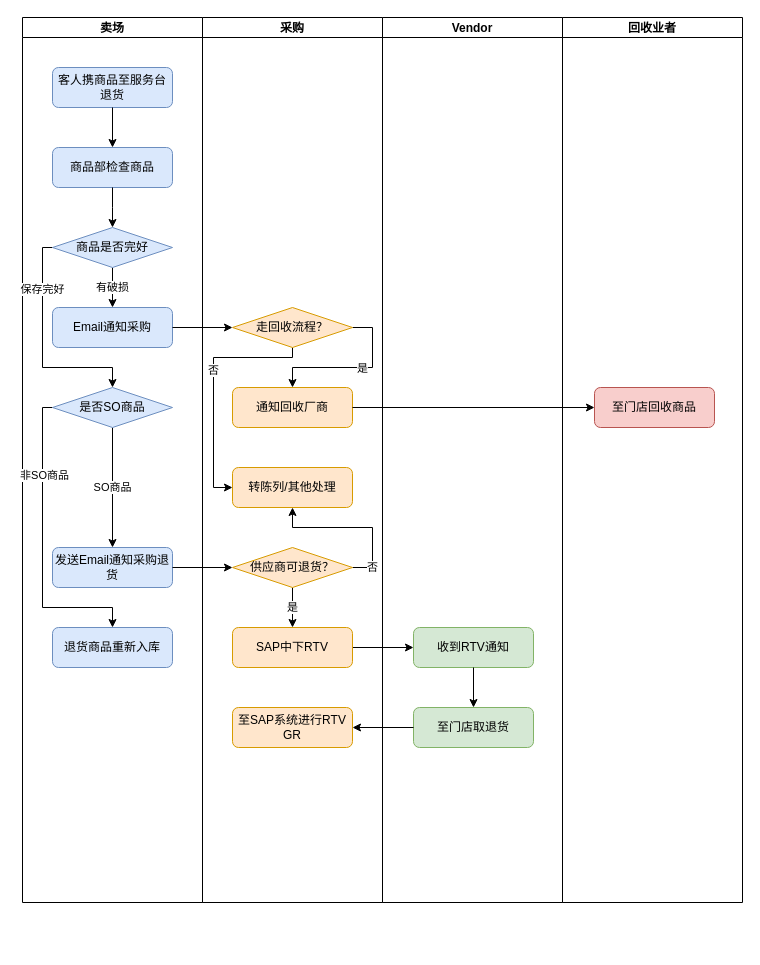
The draw.io diagram page "SO有商品退货业务流程" (5 of 7) of Special Order.drawio in luss613/draw.io, before the edit. Source tidied: cells renumbered, new cells numbered last; positions are measured from the earlier drawing's top-left corner, leaving out a move shared by most shapes. Both pictures are drawn from the tidied source at 100%, with x=0, y=0 at pixel (22, 17).
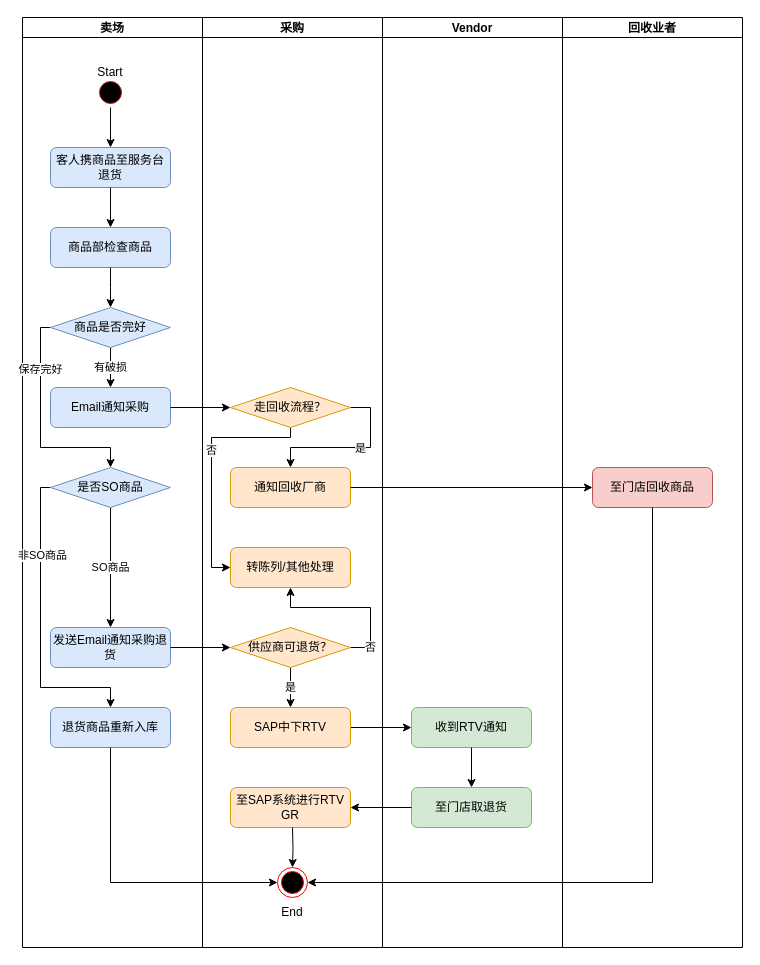
The same diagram, later.

What changed in the source:
```diff
@@
     <mxCell id="3" value="卖场" style="swimlane;startSize=20;" parent="1" vertex="1">
-      <mxGeometry width="180" height="885" as="geometry" />
+      <mxGeometry width="180" height="930" as="geometry" />
     </mxCell>
     <mxCell id="4" value="客人携商品至服务台退货" style="rounded=1;whiteSpace=wrap;html=1;fontSize=12;glass=0;strokeWidth=1;shadow=0;fillColor=#dae8fc;strokeColor=#6c8ebf;" parent="3" vertex="1">
-      <mxGeometry x="30" y="50" width="120" height="40" as="geometry" />
+      <mxGeometry x="28" y="130" width="120" height="40" as="geometry" />
     </mxCell>
     <mxCell id="5" value="商品部检查商品" style="rounded=1;whiteSpace=wrap;html=1;fontSize=12;glass=0;strokeWidth=1;shadow=0;fillColor=#dae8fc;strokeColor=#6c8ebf;" parent="3" vertex="1">
-      <mxGeometry x="30" y="130" width="120" height="40" as="geometry" />
+      <mxGeometry x="28" y="210" width="120" height="40" as="geometry" />
     </mxCell>
@@
     <mxCell id="7" style="edgeStyle=orthogonalEdgeStyle;rounded=0;jettySize=auto;html=1;" parent="3" edge="1" source="5">
       <mxGeometry relative="1" as="geometry">
-        <mxPoint x="90" y="210" as="targetPoint" />
+        <mxPoint x="88" y="290" as="targetPoint" />
       </mxGeometry>
     </mxCell>
     <mxCell id="8" value="发送Email通知采购退货" style="rounded=1;whiteSpace=wrap;html=1;fontSize=12;glass=0;strokeWidth=1;shadow=0;fillColor=#dae8fc;strokeColor=#6c8ebf;" parent="3" vertex="1">
-      <mxGeometry x="30" y="530" width="120" height="40" as="geometry" />
+      <mxGeometry x="28" y="610" width="120" height="40" as="geometry" />
     </mxCell>
@@
     <mxCell id="10" style="edgeStyle=orthogonalEdgeStyle;rounded=0;jettySize=auto;html=1;entryX=0.5;entryY=0;entryDx=0;entryDy=0;" parent="3" edge="1" source="12" target="18">
       <mxGeometry relative="1" as="geometry">
         <Array as="points">
-          <mxPoint x="20" y="390" />
-          <mxPoint x="20" y="590" />
-          <mxPoint x="90" y="590" />
+          <mxPoint x="18" y="470" />
+          <mxPoint x="18" y="670" />
+          <mxPoint x="88" y="670" />
         </Array>
       </mxGeometry>
     </mxCell>
@@
     <mxCell id="12" value="是否SO商品" style="rhombus;whiteSpace=wrap;html=1;fillColor=#dae8fc;strokeColor=#6c8ebf;" parent="3" vertex="1">
-      <mxGeometry x="30" y="370" width="120" height="40" as="geometry" />
+      <mxGeometry x="28" y="450" width="120" height="40" as="geometry" />
     </mxCell>
@@
     <mxCell id="14" style="edgeStyle=orthogonalEdgeStyle;rounded=0;jettySize=auto;html=1;entryX=0.5;entryY=0;entryDx=0;entryDy=0;exitX=0;exitY=0.5;exitDx=0;exitDy=0;" parent="3" edge="1" source="16" target="12">
       <mxGeometry relative="1" as="geometry">
         <Array as="points">
-          <mxPoint x="20" y="230" />
-          <mxPoint x="20" y="350" />
-          <mxPoint x="90" y="350" />
+          <mxPoint x="18" y="310" />
+          <mxPoint x="18" y="430" />
+          <mxPoint x="88" y="430" />
         </Array>
       </mxGeometry>
     </mxCell>
@@
     <mxCell id="16" value="商品是否完好" style="rhombus;whiteSpace=wrap;html=1;fillColor=#dae8fc;strokeColor=#6c8ebf;" parent="3" vertex="1">
-      <mxGeometry x="30" y="210" width="120" height="40" as="geometry" />
+      <mxGeometry x="28" y="290" width="120" height="40" as="geometry" />
     </mxCell>
     <mxCell id="17" value="Email通知采购" style="rounded=1;whiteSpace=wrap;html=1;fontSize=12;glass=0;strokeWidth=1;shadow=0;fillColor=#dae8fc;strokeColor=#6c8ebf;" parent="3" vertex="1">
-      <mxGeometry x="30" y="290" width="120" height="40" as="geometry" />
+      <mxGeometry x="28" y="370" width="120" height="40" as="geometry" />
     </mxCell>
     <mxCell id="18" value="退货商品重新入库" style="rounded=1;whiteSpace=wrap;html=1;fontSize=12;glass=0;strokeWidth=1;shadow=0;fillColor=#dae8fc;strokeColor=#6c8ebf;" parent="3" vertex="1">
-      <mxGeometry x="30" y="610" width="120" height="40" as="geometry" />
+      <mxGeometry x="28" y="690" width="120" height="40" as="geometry" />
     </mxCell>
+    <mxCell id="42" value="Start" style="text;html=1;strokeColor=none;fillColor=none;align=center;verticalAlign=middle;whiteSpace=wrap;rounded=0;" parent="3" vertex="1">
+      <mxGeometry x="58" y="40" width="60" height="30" as="geometry" />
+    </mxCell>
+    <mxCell id="43" style="ellipse;html=1;shape=startState;fillColor=#000000;strokeColor=#ff0000;" parent="3" vertex="1">
+      <mxGeometry x="73" y="60" width="30" height="30" as="geometry" />
+    </mxCell>
+    <mxCell id="44" style="edgeStyle=orthogonalEdgeStyle;rounded=0;jettySize=auto;html=1;" parent="3" edge="1" source="43" target="4">
+      <mxGeometry relative="1" as="geometry" />
+    </mxCell>
     <mxCell id="19" value="采购" style="swimlane;startSize=20;" parent="1" vertex="1">
-      <mxGeometry x="180" width="180" height="885" as="geometry" />
+      <mxGeometry x="180" width="180" height="930" as="geometry" />
     </mxCell>
     <mxCell id="20" value="SAP中下RTV" style="rounded=1;whiteSpace=wrap;html=1;fontSize=12;glass=0;strokeWidth=1;shadow=0;fillColor=#ffe6cc;strokeColor=#d79b00;" parent="19" vertex="1">
-      <mxGeometry x="30" y="610" width="120" height="40" as="geometry" />
+      <mxGeometry x="28" y="690" width="120" height="40" as="geometry" />
     </mxCell>
     <mxCell id="21" value="至SAP系统进行RTV GR" style="rounded=1;whiteSpace=wrap;html=1;fontSize=12;glass=0;strokeWidth=1;shadow=0;fillColor=#ffe6cc;strokeColor=#d79b00;" parent="19" vertex="1">
-      <mxGeometry x="30" y="690" width="120" height="40" as="geometry" />
+      <mxGeometry x="28" y="770" width="120" height="40" as="geometry" />
     </mxCell>
     <mxCell id="22" value="通知回收厂商" style="rounded=1;whiteSpace=wrap;html=1;fontSize=12;glass=0;strokeWidth=1;shadow=0;fillColor=#ffe6cc;strokeColor=#d79b00;" parent="19" vertex="1">
-      <mxGeometry x="30" y="370" width="120" height="40" as="geometry" />
+      <mxGeometry x="28" y="450" width="120" height="40" as="geometry" />
     </mxCell>
@@
     <mxCell id="25" style="edgeStyle=orthogonalEdgeStyle;rounded=0;jettySize=auto;html=1;entryX=0;entryY=0.5;entryDx=0;entryDy=0;" parent="19" edge="1" source="27" target="28">
       <mxGeometry relative="1" as="geometry">
         <Array as="points">
-          <mxPoint x="90" y="340" />
-          <mxPoint x="11" y="340" />
-          <mxPoint x="11" y="470" />
+          <mxPoint x="88" y="420" />
+          <mxPoint x="9" y="420" />
+          <mxPoint x="9" y="550" />
         </Array>
       </mxGeometry>
     </mxCell>
@@
     <mxCell id="27" value="走回收流程？" style="rhombus;whiteSpace=wrap;html=1;fillColor=#ffe6cc;strokeColor=#d79b00;" parent="19" vertex="1">
-      <mxGeometry x="30" y="290" width="120" height="40" as="geometry" />
+      <mxGeometry x="28" y="370" width="120" height="40" as="geometry" />
     </mxCell>
     <mxCell id="28" value="转陈列/其他处理" style="rounded=1;whiteSpace=wrap;html=1;fontSize=12;glass=0;strokeWidth=1;shadow=0;fillColor=#ffe6cc;strokeColor=#d79b00;" parent="19" vertex="1">
-      <mxGeometry x="30" y="450" width="120" height="40" as="geometry" />
+      <mxGeometry x="28" y="530" width="120" height="40" as="geometry" />
     </mxCell>
@@
     <mxCell id="31" value="供应商可退货？" style="rhombus;whiteSpace=wrap;html=1;fillColor=#ffe6cc;strokeColor=#d79b00;" parent="19" vertex="1">
-      <mxGeometry x="30" y="530" width="120" height="40" as="geometry" />
+      <mxGeometry x="28" y="610" width="120" height="40" as="geometry" />
     </mxCell>
+    <mxCell id="45" style="edgeStyle=orthogonalEdgeStyle;rounded=0;jettySize=auto;html=1;entryX=0.5;entryY=0;entryDx=0;entryDy=0;" parent="19" edge="1" target="46">
+      <mxGeometry relative="1" as="geometry">
+        <mxPoint x="90" y="810" as="sourcePoint" />
+      </mxGeometry>
+    </mxCell>
+    <mxCell id="46" style="ellipse;html=1;shape=endState;fillColor=#000000;strokeColor=#ff0000;" parent="19" vertex="1">
+      <mxGeometry x="75" y="850" width="30" height="30" as="geometry" />
+    </mxCell>
+    <mxCell id="47" value="End" style="text;html=1;strokeColor=none;fillColor=none;align=center;verticalAlign=middle;whiteSpace=wrap;rounded=0;" parent="19" vertex="1">
+      <mxGeometry x="60" y="880" width="60" height="30" as="geometry" />
+    </mxCell>
     <mxCell id="32" value="Vendor" style="swimlane;startSize=20;" parent="1" vertex="1">
-      <mxGeometry x="360" width="180" height="885" as="geometry" />
+      <mxGeometry x="360" width="180" height="930" as="geometry" />
     </mxCell>
     <mxCell id="33" value="收到RTV通知" style="rounded=1;whiteSpace=wrap;html=1;fontSize=12;glass=0;strokeWidth=1;shadow=0;fillColor=#d5e8d4;strokeColor=#82b366;" parent="32" vertex="1">
-      <mxGeometry x="31" y="610" width="120" height="40" as="geometry" />
+      <mxGeometry x="29" y="690" width="120" height="40" as="geometry" />
     </mxCell>
     <mxCell id="34" value="至门店取退货" style="rounded=1;whiteSpace=wrap;html=1;fontSize=12;glass=0;strokeWidth=1;shadow=0;fillColor=#d5e8d4;strokeColor=#82b366;" parent="32" vertex="1">
-      <mxGeometry x="31" y="690" width="120" height="40" as="geometry" />
+      <mxGeometry x="29" y="770" width="120" height="40" as="geometry" />
     </mxCell>
@@
     <mxCell id="36" value="回收业者" style="swimlane;startSize=20;" parent="1" vertex="1">
-      <mxGeometry x="540" width="180" height="885" as="geometry" />
+      <mxGeometry x="540" width="180" height="930" as="geometry" />
     </mxCell>
     <mxCell id="37" value="至门店回收商品" style="rounded=1;whiteSpace=wrap;html=1;fontSize=12;glass=0;strokeWidth=1;shadow=0;fillColor=#f8cecc;strokeColor=#b85450;" parent="36" vertex="1">
-      <mxGeometry x="32" y="370" width="120" height="40" as="geometry" />
+      <mxGeometry x="30" y="450" width="120" height="40" as="geometry" />
     </mxCell>
@@
+    <mxCell id="48" style="edgeStyle=orthogonalEdgeStyle;rounded=0;jettySize=auto;html=1;entryX=0;entryY=0.5;entryDx=0;entryDy=0;exitX=0.5;exitY=1;exitDx=0;exitDy=0;" parent="1" edge="1" source="18" target="46">
+      <mxGeometry relative="1" as="geometry" />
+    </mxCell>
+    <mxCell id="49" style="edgeStyle=orthogonalEdgeStyle;rounded=0;jettySize=auto;html=1;entryX=1;entryY=0.5;entryDx=0;entryDy=0;exitX=0.5;exitY=1;exitDx=0;exitDy=0;" parent="1" edge="1" source="37" target="46">
+      <mxGeometry relative="1" as="geometry" />
+    </mxCell>
```
